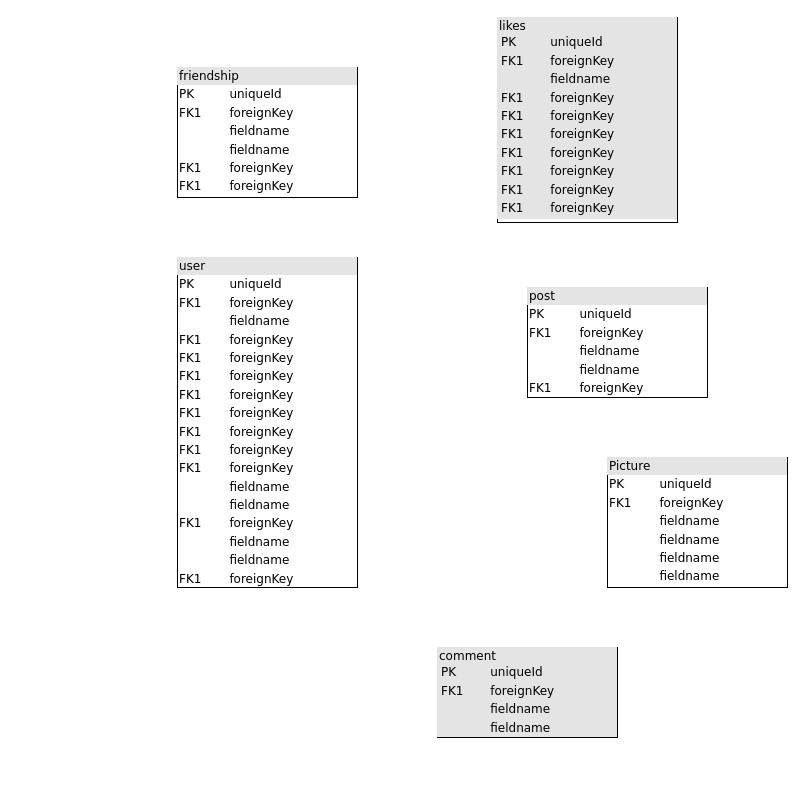
Earlier version of the draw.io diagram database/SOCIAL_MEDIA_ERD.drawio (marlonbaileyjr/Social-Media). Source tidied: cells renumbered, new cells numbered last; positions are measured from the earlier drawing's top-left corner, leaving out a move shared by most shapes. Both pictures are drawn from the tidied source at 100%, with x=0, y=0 at pixel (177, 17).
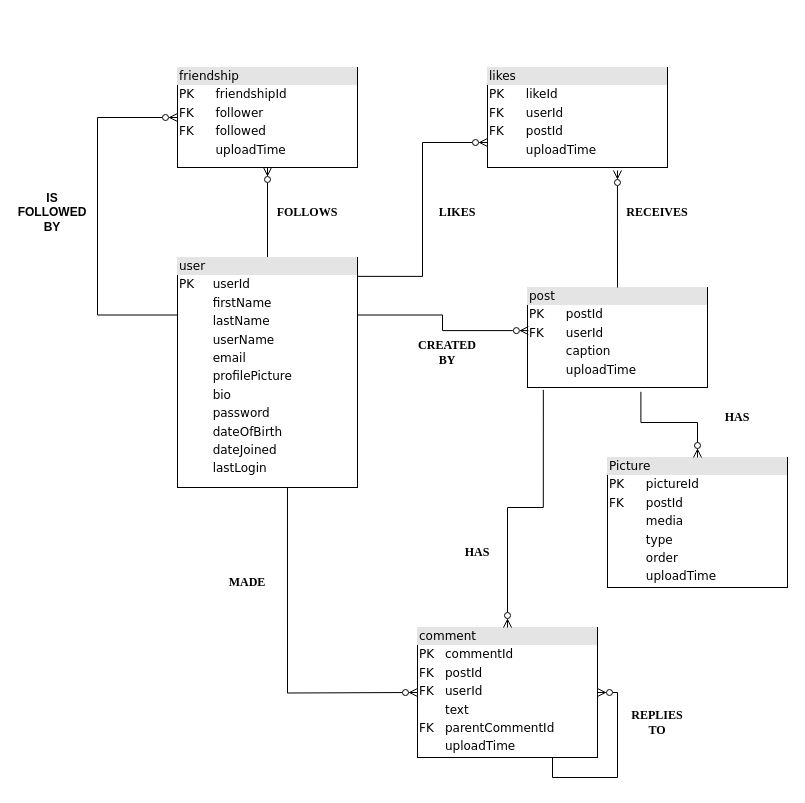
The same diagram, later.

Commit message (it also covers changes not shown here):
ERD DIAGRAM

ERD DIAGRAM FINALIZED AWAITING TEAM REVIEWS.

What changed in the source:
```diff
@@
-    <mxCell id="2" value="&lt;div style=&quot;box-sizing: border-box ; width: 100% ; background: #e4e4e4 ; padding: 2px&quot;&gt;friendship&lt;/div&gt;&lt;table style=&quot;width: 100% ; font-size: 1em&quot; cellpadding=&quot;2&quot; cellspacing=&quot;0&quot;&gt;&lt;tbody&gt;&lt;tr&gt;&lt;td&gt;PK&lt;/td&gt;&lt;td&gt;uniqueId&lt;/td&gt;&lt;/tr&gt;&lt;tr&gt;&lt;td&gt;FK1&lt;/td&gt;&lt;td&gt;foreignKey&lt;/td&gt;&lt;/tr&gt;&lt;tr&gt;&lt;td&gt;&lt;/td&gt;&lt;td&gt;fieldname&lt;/td&gt;&lt;/tr&gt;&lt;tr&gt;&lt;td&gt;&lt;br&gt;&lt;/td&gt;&lt;td&gt;fieldname&lt;br&gt;&lt;/td&gt;&lt;/tr&gt;&lt;tr&gt;&lt;td&gt;FK1&lt;br&gt;&lt;/td&gt;&lt;td&gt;foreignKey&lt;br&gt;&lt;/td&gt;&lt;/tr&gt;&lt;tr&gt;&lt;td&gt;FK1&lt;br&gt;&lt;/td&gt;&lt;td&gt;foreignKey&lt;br&gt;&lt;/td&gt;&lt;/tr&gt;&lt;/tbody&gt;&lt;/table&gt;" style="verticalAlign=top;align=left;overflow=fill;html=1;rounded=0;shadow=0;comic=0;labelBackgroundColor=none;strokeWidth=1;fontFamily=Verdana;fontSize=12;" parent="1" vertex="1">
-      <mxGeometry y="50" width="180" height="130" as="geometry" />
+    <mxCell id="2" value="&lt;div style=&quot;box-sizing: border-box ; width: 100% ; background: #e4e4e4 ; padding: 2px&quot;&gt;friendship&lt;/div&gt;&lt;table style=&quot;width: 100% ; font-size: 1em&quot; cellpadding=&quot;2&quot; cellspacing=&quot;0&quot;&gt;&lt;tbody&gt;&lt;tr&gt;&lt;td&gt;PK&lt;/td&gt;&lt;td&gt;friendshipId&lt;/td&gt;&lt;/tr&gt;&lt;tr&gt;&lt;td&gt;FK&lt;/td&gt;&lt;td&gt;follower&lt;/td&gt;&lt;/tr&gt;&lt;tr&gt;&lt;td&gt;FK&lt;/td&gt;&lt;td&gt;followed&lt;/td&gt;&lt;/tr&gt;&lt;tr&gt;&lt;td&gt;&lt;br&gt;&lt;/td&gt;&lt;td&gt;uploadTime&lt;br&gt;&lt;/td&gt;&lt;/tr&gt;&lt;tr&gt;&lt;td&gt;&lt;br&gt;&lt;/td&gt;&lt;td&gt;&lt;br&gt;&lt;/td&gt;&lt;/tr&gt;&lt;tr&gt;&lt;td&gt;&lt;/td&gt;&lt;td&gt;&lt;br&gt;&lt;/td&gt;&lt;/tr&gt;&lt;/tbody&gt;&lt;/table&gt;" style="verticalAlign=top;align=left;overflow=fill;html=1;rounded=0;shadow=0;comic=0;labelBackgroundColor=none;strokeWidth=1;fontFamily=Verdana;fontSize=12;" parent="1" vertex="1">
+      <mxGeometry y="50" width="180" height="100" as="geometry" />
     </mxCell>
-    <mxCell id="3" value="&lt;div style=&quot;box-sizing: border-box ; width: 100% ; background: #e4e4e4 ; padding: 2px&quot;&gt;comment&lt;table style=&quot;background-color: initial; font-size: 1em; width: 100%;&quot; cellpadding=&quot;2&quot; cellspacing=&quot;0&quot;&gt;&lt;tbody&gt;&lt;tr&gt;&lt;td&gt;PK&lt;/td&gt;&lt;td&gt;uniqueId&lt;/td&gt;&lt;/tr&gt;&lt;tr&gt;&lt;td&gt;FK1&lt;/td&gt;&lt;td&gt;foreignKey&lt;/td&gt;&lt;/tr&gt;&lt;tr&gt;&lt;td&gt;&lt;/td&gt;&lt;td&gt;fieldname&lt;/td&gt;&lt;/tr&gt;&lt;tr&gt;&lt;td&gt;&lt;br&gt;&lt;/td&gt;&lt;td&gt;fieldname&lt;br&gt;&lt;/td&gt;&lt;/tr&gt;&lt;/tbody&gt;&lt;/table&gt;&lt;/div&gt;" style="verticalAlign=top;align=left;overflow=fill;html=1;rounded=0;shadow=0;comic=0;labelBackgroundColor=none;strokeWidth=1;fontFamily=Verdana;fontSize=12;" parent="1" vertex="1">
-      <mxGeometry x="260" y="630" width="180" height="90" as="geometry" />
-    </mxCell>
-    <mxCell id="4" value="&lt;div style=&quot;box-sizing: border-box ; width: 100% ; background: #e4e4e4 ; padding: 2px&quot;&gt;likes&lt;table style=&quot;background-color: initial; font-size: 1em; width: 100%;&quot; cellpadding=&quot;2&quot; cellspacing=&quot;0&quot;&gt;&lt;tbody&gt;&lt;tr&gt;&lt;td&gt;PK&lt;/td&gt;&lt;td&gt;uniqueId&lt;/td&gt;&lt;/tr&gt;&lt;tr&gt;&lt;td&gt;FK1&lt;/td&gt;&lt;td&gt;foreignKey&lt;/td&gt;&lt;/tr&gt;&lt;tr&gt;&lt;td&gt;&lt;/td&gt;&lt;td&gt;fieldname&lt;/td&gt;&lt;/tr&gt;&lt;tr&gt;&lt;td&gt;FK1&lt;br&gt;&lt;/td&gt;&lt;td&gt;foreignKey&lt;br&gt;&lt;/td&gt;&lt;/tr&gt;&lt;tr&gt;&lt;td&gt;FK1&lt;br&gt;&lt;/td&gt;&lt;td&gt;foreignKey&lt;br&gt;&lt;/td&gt;&lt;/tr&gt;&lt;tr&gt;&lt;td&gt;FK1&lt;br&gt;&lt;/td&gt;&lt;td&gt;foreignKey&lt;br&gt;&lt;/td&gt;&lt;/tr&gt;&lt;tr&gt;&lt;td&gt;FK1&lt;br&gt;&lt;/td&gt;&lt;td&gt;foreignKey&lt;br&gt;&lt;/td&gt;&lt;/tr&gt;&lt;tr&gt;&lt;td&gt;FK1&lt;br&gt;&lt;/td&gt;&lt;td&gt;foreignKey&lt;br&gt;&lt;/td&gt;&lt;/tr&gt;&lt;tr&gt;&lt;td&gt;FK1&lt;br&gt;&lt;/td&gt;&lt;td&gt;foreignKey&lt;br&gt;&lt;/td&gt;&lt;/tr&gt;&lt;tr&gt;&lt;td&gt;FK1&lt;br&gt;&lt;/td&gt;&lt;td&gt;foreignKey&lt;br&gt;&lt;/td&gt;&lt;/tr&gt;&lt;/tbody&gt;&lt;/table&gt;&lt;/div&gt;" style="verticalAlign=top;align=left;overflow=fill;html=1;rounded=0;shadow=0;comic=0;labelBackgroundColor=none;strokeWidth=1;fontFamily=Verdana;fontSize=12;" parent="1" vertex="1">
-      <mxGeometry x="320" width="180" height="205" as="geometry" />
-    </mxCell>
-    <mxCell id="5" value="&lt;div style=&quot;box-sizing: border-box ; width: 100% ; background: #e4e4e4 ; padding: 2px&quot;&gt;post&lt;/div&gt;&lt;table style=&quot;width: 100% ; font-size: 1em&quot; cellpadding=&quot;2&quot; cellspacing=&quot;0&quot;&gt;&lt;tbody&gt;&lt;tr&gt;&lt;td&gt;PK&lt;/td&gt;&lt;td&gt;uniqueId&lt;/td&gt;&lt;/tr&gt;&lt;tr&gt;&lt;td&gt;FK1&lt;/td&gt;&lt;td&gt;foreignKey&lt;/td&gt;&lt;/tr&gt;&lt;tr&gt;&lt;td&gt;&lt;/td&gt;&lt;td&gt;fieldname&lt;/td&gt;&lt;/tr&gt;&lt;tr&gt;&lt;td&gt;&lt;br&gt;&lt;/td&gt;&lt;td&gt;fieldname&lt;br&gt;&lt;/td&gt;&lt;/tr&gt;&lt;tr&gt;&lt;td&gt;FK1&lt;br&gt;&lt;/td&gt;&lt;td&gt;foreignKey&lt;br&gt;&lt;/td&gt;&lt;/tr&gt;&lt;/tbody&gt;&lt;/table&gt;" style="verticalAlign=top;align=left;overflow=fill;html=1;rounded=0;shadow=0;comic=0;labelBackgroundColor=none;strokeWidth=1;fontFamily=Verdana;fontSize=12;" parent="1" vertex="1">
-      <mxGeometry x="350" y="270" width="180" height="110" as="geometry" />
+    <mxCell id="5" value="&lt;div style=&quot;box-sizing: border-box ; width: 100% ; background: #e4e4e4 ; padding: 2px&quot;&gt;post&lt;/div&gt;&lt;table style=&quot;width: 100% ; font-size: 1em&quot; cellpadding=&quot;2&quot; cellspacing=&quot;0&quot;&gt;&lt;tbody&gt;&lt;tr&gt;&lt;td&gt;PK&lt;/td&gt;&lt;td&gt;postId&lt;/td&gt;&lt;/tr&gt;&lt;tr&gt;&lt;td&gt;FK&lt;/td&gt;&lt;td&gt;userId&lt;/td&gt;&lt;/tr&gt;&lt;tr&gt;&lt;td&gt;&lt;/td&gt;&lt;td&gt;caption&lt;/td&gt;&lt;/tr&gt;&lt;tr&gt;&lt;td&gt;&lt;br&gt;&lt;/td&gt;&lt;td&gt;uploadTime&lt;br&gt;&lt;/td&gt;&lt;/tr&gt;&lt;tr&gt;&lt;td&gt;&lt;/td&gt;&lt;td&gt;&lt;br&gt;&lt;/td&gt;&lt;/tr&gt;&lt;/tbody&gt;&lt;/table&gt;" style="verticalAlign=top;align=left;overflow=fill;html=1;rounded=0;shadow=0;comic=0;labelBackgroundColor=none;strokeWidth=1;fontFamily=Verdana;fontSize=12;" parent="1" vertex="1">
+      <mxGeometry x="350" y="270" width="180" height="100" as="geometry" />
     </mxCell>
+    <mxCell id="8" style="edgeStyle=orthogonalEdgeStyle;rounded=0;jettySize=auto;html=1;exitX=0.5;exitY=0;exitDx=0;exitDy=0;entryX=0.5;entryY=1;entryDx=0;entryDy=0;strokeColor=default;endArrow=ERzeroToMany;endFill=0;startArrow=none;startFill=0;" parent="1" edge="1" source="6" target="2">
+      <mxGeometry relative="1" as="geometry" />
+    </mxCell>
+    <mxCell id="9" style="edgeStyle=orthogonalEdgeStyle;rounded=0;jettySize=auto;html=1;exitX=0;exitY=0.25;exitDx=0;exitDy=0;entryX=0;entryY=0.5;entryDx=0;entryDy=0;endArrow=ERzeroToMany;endFill=0;" parent="1" edge="1" source="6" target="2">
+      <mxGeometry relative="1" as="geometry">
+        <Array as="points">
+          <mxPoint x="-80" y="298" />
+          <mxPoint x="-80" y="100" />
+        </Array>
+      </mxGeometry>
+    </mxCell>
-    <mxCell id="6" value="&lt;div style=&quot;box-sizing: border-box ; width: 100% ; background: #e4e4e4 ; padding: 2px&quot;&gt;user&lt;/div&gt;&lt;table style=&quot;width: 100% ; font-size: 1em&quot; cellpadding=&quot;2&quot; cellspacing=&quot;0&quot;&gt;&lt;tbody&gt;&lt;tr&gt;&lt;td&gt;PK&lt;/td&gt;&lt;td&gt;uniqueId&lt;/td&gt;&lt;/tr&gt;&lt;tr&gt;&lt;td&gt;FK1&lt;/td&gt;&lt;td&gt;foreignKey&lt;/td&gt;&lt;/tr&gt;&lt;tr&gt;&lt;td&gt;&lt;/td&gt;&lt;td&gt;fieldname&lt;/td&gt;&lt;/tr&gt;&lt;tr&gt;&lt;td&gt;FK1&lt;br&gt;&lt;/td&gt;&lt;td&gt;foreignKey&lt;br&gt;&lt;/td&gt;&lt;/tr&gt;&lt;tr&gt;&lt;td&gt;FK1&lt;br&gt;&lt;/td&gt;&lt;td&gt;foreignKey&lt;br&gt;&lt;/td&gt;&lt;/tr&gt;&lt;tr&gt;&lt;td&gt;FK1&lt;br&gt;&lt;/td&gt;&lt;td&gt;foreignKey&lt;br&gt;&lt;/td&gt;&lt;/tr&gt;&lt;tr&gt;&lt;td&gt;FK1&lt;br&gt;&lt;/td&gt;&lt;td&gt;foreignKey&lt;br&gt;&lt;/td&gt;&lt;/tr&gt;&lt;tr&gt;&lt;td&gt;FK1&lt;br&gt;&lt;/td&gt;&lt;td&gt;foreignKey&lt;br&gt;&lt;/td&gt;&lt;/tr&gt;&lt;tr&gt;&lt;td&gt;FK1&lt;br&gt;&lt;/td&gt;&lt;td&gt;foreignKey&lt;br&gt;&lt;/td&gt;&lt;/tr&gt;&lt;tr&gt;&lt;td&gt;FK1&lt;br&gt;&lt;/td&gt;&lt;td&gt;foreignKey&lt;br&gt;&lt;/td&gt;&lt;/tr&gt;&lt;tr&gt;&lt;td&gt;FK1&lt;br&gt;&lt;/td&gt;&lt;td&gt;foreignKey&lt;br&gt;&lt;/td&gt;&lt;/tr&gt;&lt;tr&gt;&lt;td&gt;&lt;br&gt;&lt;/td&gt;&lt;td&gt;fieldname&lt;br&gt;&lt;/td&gt;&lt;/tr&gt;&lt;tr&gt;&lt;td&gt;&lt;br&gt;&lt;/td&gt;&lt;td&gt;fieldname&lt;br&gt;&lt;/td&gt;&lt;/tr&gt;&lt;tr&gt;&lt;td&gt;FK1&lt;br&gt;&lt;/td&gt;&lt;td&gt;foreignKey&lt;br&gt;&lt;/td&gt;&lt;/tr&gt;&lt;tr&gt;&lt;td&gt;&lt;br&gt;&lt;/td&gt;&lt;td&gt;fieldname&lt;br&gt;&lt;/td&gt;&lt;/tr&gt;&lt;tr&gt;&lt;td&gt;&lt;br&gt;&lt;/td&gt;&lt;td&gt;fieldname&lt;br&gt;&lt;/td&gt;&lt;/tr&gt;&lt;tr&gt;&lt;td&gt;FK1&lt;br&gt;&lt;/td&gt;&lt;td&gt;foreignKey&lt;br&gt;&lt;/td&gt;&lt;/tr&gt;&lt;/tbody&gt;&lt;/table&gt;" style="verticalAlign=top;align=left;overflow=fill;html=1;rounded=0;shadow=0;comic=0;labelBackgroundColor=none;strokeWidth=1;fontFamily=Verdana;fontSize=12;" parent="1" vertex="1">
-      <mxGeometry y="240" width="180" height="330" as="geometry" />
+    <mxCell id="6" value="&lt;div style=&quot;box-sizing: border-box ; width: 100% ; background: #e4e4e4 ; padding: 2px&quot;&gt;user&lt;/div&gt;&lt;table style=&quot;width: 100% ; font-size: 1em&quot; cellpadding=&quot;2&quot; cellspacing=&quot;0&quot;&gt;&lt;tbody&gt;&lt;tr&gt;&lt;td&gt;PK&lt;/td&gt;&lt;td&gt;userId&lt;/td&gt;&lt;/tr&gt;&lt;tr&gt;&lt;td&gt;&lt;br&gt;&lt;/td&gt;&lt;td&gt;firstName&lt;/td&gt;&lt;/tr&gt;&lt;tr&gt;&lt;td&gt;&lt;/td&gt;&lt;td&gt;lastName&lt;/td&gt;&lt;/tr&gt;&lt;tr&gt;&lt;td&gt;&lt;br&gt;&lt;/td&gt;&lt;td&gt;userName&lt;/td&gt;&lt;/tr&gt;&lt;tr&gt;&lt;td&gt;&lt;br&gt;&lt;/td&gt;&lt;td&gt;email&lt;br&gt;&lt;/td&gt;&lt;/tr&gt;&lt;tr&gt;&lt;td&gt;&lt;br&gt;&lt;/td&gt;&lt;td&gt;profilePicture&lt;br&gt;&lt;/td&gt;&lt;/tr&gt;&lt;tr&gt;&lt;td&gt;&lt;br&gt;&lt;/td&gt;&lt;td&gt;bio&lt;br&gt;&lt;/td&gt;&lt;/tr&gt;&lt;tr&gt;&lt;td&gt;&lt;br&gt;&lt;/td&gt;&lt;td&gt;password&lt;br&gt;&lt;/td&gt;&lt;/tr&gt;&lt;tr&gt;&lt;td&gt;&lt;br&gt;&lt;/td&gt;&lt;td&gt;dateOfBirth&lt;br&gt;&lt;/td&gt;&lt;/tr&gt;&lt;tr&gt;&lt;td&gt;&lt;br&gt;&lt;/td&gt;&lt;td&gt;dateJoined&lt;br&gt;&lt;/td&gt;&lt;/tr&gt;&lt;tr&gt;&lt;td&gt;&lt;br&gt;&lt;/td&gt;&lt;td&gt;lastLogin&lt;br&gt;&lt;/td&gt;&lt;/tr&gt;&lt;tr&gt;&lt;td&gt;&lt;/td&gt;&lt;td&gt;&lt;br&gt;&lt;/td&gt;&lt;/tr&gt;&lt;/tbody&gt;&lt;/table&gt;" style="verticalAlign=top;align=left;overflow=fill;html=1;rounded=0;shadow=0;comic=0;labelBackgroundColor=none;strokeWidth=1;fontFamily=Verdana;fontSize=12;" parent="1" vertex="1">
+      <mxGeometry y="240" width="180" height="230" as="geometry" />
     </mxCell>
-    <mxCell id="7" value="&lt;div style=&quot;box-sizing: border-box ; width: 100% ; background: #e4e4e4 ; padding: 2px&quot;&gt;Picture&lt;/div&gt;&lt;table style=&quot;width: 100% ; font-size: 1em&quot; cellpadding=&quot;2&quot; cellspacing=&quot;0&quot;&gt;&lt;tbody&gt;&lt;tr&gt;&lt;td&gt;PK&lt;/td&gt;&lt;td&gt;uniqueId&lt;/td&gt;&lt;/tr&gt;&lt;tr&gt;&lt;td&gt;FK1&lt;/td&gt;&lt;td&gt;foreignKey&lt;/td&gt;&lt;/tr&gt;&lt;tr&gt;&lt;td&gt;&lt;/td&gt;&lt;td&gt;fieldname&lt;/td&gt;&lt;/tr&gt;&lt;tr&gt;&lt;td&gt;&lt;br&gt;&lt;/td&gt;&lt;td&gt;fieldname&lt;br&gt;&lt;/td&gt;&lt;/tr&gt;&lt;tr&gt;&lt;td&gt;&lt;br&gt;&lt;/td&gt;&lt;td&gt;fieldname&lt;br&gt;&lt;/td&gt;&lt;/tr&gt;&lt;tr&gt;&lt;td&gt;&lt;br&gt;&lt;/td&gt;&lt;td&gt;fieldname&lt;br&gt;&lt;/td&gt;&lt;/tr&gt;&lt;/tbody&gt;&lt;/table&gt;" style="verticalAlign=top;align=left;overflow=fill;html=1;rounded=0;shadow=0;comic=0;labelBackgroundColor=none;strokeWidth=1;fontFamily=Verdana;fontSize=12;" parent="1" vertex="1">
+    <mxCell id="7" value="&lt;div style=&quot;box-sizing: border-box ; width: 100% ; background: #e4e4e4 ; padding: 2px&quot;&gt;Picture&lt;/div&gt;&lt;table style=&quot;width: 100% ; font-size: 1em&quot; cellpadding=&quot;2&quot; cellspacing=&quot;0&quot;&gt;&lt;tbody&gt;&lt;tr&gt;&lt;td&gt;PK&lt;/td&gt;&lt;td&gt;pictureId&lt;/td&gt;&lt;/tr&gt;&lt;tr&gt;&lt;td&gt;FK&lt;/td&gt;&lt;td&gt;postId&lt;/td&gt;&lt;/tr&gt;&lt;tr&gt;&lt;td&gt;&lt;/td&gt;&lt;td&gt;media&lt;/td&gt;&lt;/tr&gt;&lt;tr&gt;&lt;td&gt;&lt;br&gt;&lt;/td&gt;&lt;td&gt;type&lt;br&gt;&lt;/td&gt;&lt;/tr&gt;&lt;tr&gt;&lt;td&gt;&lt;br&gt;&lt;/td&gt;&lt;td&gt;order&lt;br&gt;&lt;/td&gt;&lt;/tr&gt;&lt;tr&gt;&lt;td&gt;&lt;br&gt;&lt;/td&gt;&lt;td&gt;uploadTime&lt;br&gt;&lt;/td&gt;&lt;/tr&gt;&lt;/tbody&gt;&lt;/table&gt;" style="verticalAlign=top;align=left;overflow=fill;html=1;rounded=0;shadow=0;comic=0;labelBackgroundColor=none;strokeWidth=1;fontFamily=Verdana;fontSize=12;" parent="1" vertex="1">
       <mxGeometry x="430" y="440" width="180" height="130" as="geometry" />
     </mxCell>
+    <mxCell id="10" value="&lt;div style=&quot;box-sizing: border-box ; width: 100% ; background: #e4e4e4 ; padding: 2px&quot;&gt;likes&lt;/div&gt;&lt;table style=&quot;width: 100% ; font-size: 1em&quot; cellpadding=&quot;2&quot; cellspacing=&quot;0&quot;&gt;&lt;tbody&gt;&lt;tr&gt;&lt;td&gt;PK&lt;/td&gt;&lt;td&gt;likeId&lt;/td&gt;&lt;/tr&gt;&lt;tr&gt;&lt;td&gt;FK&lt;/td&gt;&lt;td&gt;userId&lt;/td&gt;&lt;/tr&gt;&lt;tr&gt;&lt;td&gt;FK&lt;/td&gt;&lt;td&gt;postId&lt;/td&gt;&lt;/tr&gt;&lt;tr&gt;&lt;td&gt;&lt;br&gt;&lt;/td&gt;&lt;td&gt;uploadTime&lt;br&gt;&lt;/td&gt;&lt;/tr&gt;&lt;tr&gt;&lt;td&gt;&lt;br&gt;&lt;/td&gt;&lt;td&gt;&lt;br&gt;&lt;/td&gt;&lt;/tr&gt;&lt;tr&gt;&lt;td&gt;&lt;/td&gt;&lt;td&gt;&lt;br&gt;&lt;/td&gt;&lt;/tr&gt;&lt;/tbody&gt;&lt;/table&gt;" style="verticalAlign=top;align=left;overflow=fill;html=1;rounded=0;shadow=0;comic=0;labelBackgroundColor=none;strokeWidth=1;fontFamily=Verdana;fontSize=12;" parent="1" vertex="1">
+      <mxGeometry x="310" y="50" width="180" height="100" as="geometry" />
+    </mxCell>
+    <mxCell id="11" value="&lt;div style=&quot;box-sizing: border-box ; width: 100% ; background: #e4e4e4 ; padding: 2px&quot;&gt;comment&lt;/div&gt;&lt;table style=&quot;width: 100% ; font-size: 1em&quot; cellpadding=&quot;2&quot; cellspacing=&quot;0&quot;&gt;&lt;tbody&gt;&lt;tr&gt;&lt;td&gt;PK&lt;/td&gt;&lt;td&gt;commentId&lt;/td&gt;&lt;/tr&gt;&lt;tr&gt;&lt;td&gt;FK&lt;/td&gt;&lt;td&gt;postId&lt;/td&gt;&lt;/tr&gt;&lt;tr&gt;&lt;td&gt;FK&lt;/td&gt;&lt;td&gt;userId&lt;/td&gt;&lt;/tr&gt;&lt;tr&gt;&lt;td&gt;&lt;br&gt;&lt;/td&gt;&lt;td&gt;text&lt;/td&gt;&lt;/tr&gt;&lt;tr&gt;&lt;td&gt;FK&lt;/td&gt;&lt;td&gt;parentCommentId&lt;/td&gt;&lt;/tr&gt;&lt;tr&gt;&lt;td&gt;&lt;br&gt;&lt;/td&gt;&lt;td&gt;uploadTime&lt;/td&gt;&lt;/tr&gt;&lt;/tbody&gt;&lt;/table&gt;" style="verticalAlign=top;align=left;overflow=fill;html=1;rounded=0;shadow=0;comic=0;labelBackgroundColor=none;strokeWidth=1;fontFamily=Verdana;fontSize=12;" parent="1" vertex="1">
+      <mxGeometry x="240" y="610" width="180" height="130" as="geometry" />
+    </mxCell>
+    <mxCell id="12" style="edgeStyle=orthogonalEdgeStyle;rounded=0;jettySize=auto;html=1;exitX=1;exitY=0.25;exitDx=0;exitDy=0;entryX=0.005;entryY=0.431;entryDx=0;entryDy=0;entryPerimeter=0;endArrow=ERzeroToMany;endFill=0;" parent="1" edge="1" source="6" target="5">
+      <mxGeometry relative="1" as="geometry" />
+    </mxCell>
+    <mxCell id="13" style="edgeStyle=orthogonalEdgeStyle;rounded=0;jettySize=auto;html=1;exitX=0.5;exitY=0;exitDx=0;exitDy=0;entryX=0.722;entryY=1.03;entryDx=0;entryDy=0;entryPerimeter=0;endArrow=ERzeroToMany;endFill=0;" parent="1" edge="1" source="5" target="10">
+      <mxGeometry relative="1" as="geometry" />
+    </mxCell>
+    <mxCell id="14" style="edgeStyle=orthogonalEdgeStyle;rounded=0;jettySize=auto;html=1;exitX=0;exitY=0.75;exitDx=0;exitDy=0;entryX=1;entryY=0.082;entryDx=0;entryDy=0;entryPerimeter=0;startArrow=ERzeroToMany;startFill=0;endArrow=none;endFill=0;" parent="1" edge="1" source="10" target="6">
+      <mxGeometry relative="1" as="geometry" />
+    </mxCell>
+    <mxCell id="15" style="edgeStyle=orthogonalEdgeStyle;rounded=0;jettySize=auto;html=1;entryX=0.63;entryY=1.043;entryDx=0;entryDy=0;entryPerimeter=0;endArrow=none;endFill=0;startArrow=ERzeroToMany;startFill=0;" parent="1" edge="1" source="7" target="5">
+      <mxGeometry relative="1" as="geometry" />
+    </mxCell>
+    <mxCell id="16" style="edgeStyle=orthogonalEdgeStyle;rounded=0;jettySize=auto;html=1;exitX=0.5;exitY=0;exitDx=0;exitDy=0;entryX=0.088;entryY=1.024;entryDx=0;entryDy=0;entryPerimeter=0;endArrow=none;endFill=0;startArrow=ERzeroToMany;startFill=0;" parent="1" edge="1" source="11" target="5">
+      <mxGeometry relative="1" as="geometry" />
+    </mxCell>
+    <mxCell id="17" style="edgeStyle=orthogonalEdgeStyle;rounded=0;jettySize=auto;html=1;entryX=0.611;entryY=1;entryDx=0;entryDy=0;entryPerimeter=0;endArrow=none;endFill=0;startArrow=ERzeroToMany;startFill=0;" parent="1" edge="1" target="6">
+      <mxGeometry relative="1" as="geometry">
+        <mxPoint x="240" y="675" as="sourcePoint" />
+      </mxGeometry>
+    </mxCell>
+    <mxCell id="18" style="edgeStyle=orthogonalEdgeStyle;rounded=0;orthogonalLoop=1;jettySize=auto;html=1;exitX=0.75;exitY=1;exitDx=0;exitDy=0;entryX=1;entryY=0.5;entryDx=0;entryDy=0;endArrow=ERzeroToMany;endFill=0;" parent="1" edge="1" source="11" target="11">
+      <mxGeometry relative="1" as="geometry" />
+    </mxCell>
+    <mxCell id="19" value="&lt;b&gt;&lt;font face=&quot;Times New Roman&quot;&gt;MADE&lt;/font&gt;&lt;/b&gt;" style="text;strokeColor=none;align=center;fillColor=none;html=1;verticalAlign=middle;whiteSpace=wrap;rounded=0;" parent="1" vertex="1">
+      <mxGeometry x="40" y="550" width="60" height="30" as="geometry" />
+    </mxCell>
+    <mxCell id="20" value="&lt;b&gt;&lt;font face=&quot;Times New Roman&quot;&gt;REPLIES TO&lt;/font&gt;&lt;/b&gt;" style="text;strokeColor=none;align=center;fillColor=none;html=1;verticalAlign=middle;whiteSpace=wrap;rounded=0;" parent="1" vertex="1">
+      <mxGeometry x="450" y="690" width="60" height="30" as="geometry" />
+    </mxCell>
+    <mxCell id="21" value="&lt;b&gt;&lt;font face=&quot;Times New Roman&quot;&gt;HAS&lt;/font&gt;&lt;/b&gt;" style="text;strokeColor=none;align=center;fillColor=none;html=1;verticalAlign=middle;whiteSpace=wrap;rounded=0;" parent="1" vertex="1">
+      <mxGeometry x="270" y="520" width="60" height="30" as="geometry" />
+    </mxCell>
+    <mxCell id="22" value="&lt;b&gt;&lt;font face=&quot;Times New Roman&quot;&gt;HAS&lt;/font&gt;&lt;/b&gt;" style="text;strokeColor=none;align=center;fillColor=none;html=1;verticalAlign=middle;whiteSpace=wrap;rounded=0;" parent="1" vertex="1">
+      <mxGeometry x="530" y="385" width="60" height="30" as="geometry" />
+    </mxCell>
+    <mxCell id="23" value="&lt;b&gt;&lt;font face=&quot;Times New Roman&quot;&gt;RECEIVES&lt;/font&gt;&lt;/b&gt;" style="text;strokeColor=none;align=center;fillColor=none;html=1;verticalAlign=middle;whiteSpace=wrap;rounded=0;" parent="1" vertex="1">
+      <mxGeometry x="450" y="180" width="60" height="30" as="geometry" />
+    </mxCell>
+    <mxCell id="24" value="&lt;b&gt;&lt;font face=&quot;Times New Roman&quot;&gt;CREATED BY&lt;/font&gt;&lt;/b&gt;" style="text;strokeColor=none;align=center;fillColor=none;html=1;verticalAlign=middle;whiteSpace=wrap;rounded=0;" parent="1" vertex="1">
+      <mxGeometry x="240" y="320" width="60" height="30" as="geometry" />
+    </mxCell>
+    <mxCell id="25" value="&lt;b&gt;&lt;font face=&quot;Times New Roman&quot;&gt;LIKES&lt;/font&gt;&lt;/b&gt;" style="text;strokeColor=none;align=center;fillColor=none;html=1;verticalAlign=middle;whiteSpace=wrap;rounded=0;" parent="1" vertex="1">
+      <mxGeometry x="250" y="180" width="60" height="30" as="geometry" />
+    </mxCell>
+    <mxCell id="26" value="&lt;b&gt;&lt;font face=&quot;Times New Roman&quot;&gt;FOLLOWS&lt;/font&gt;&lt;/b&gt;" style="text;strokeColor=none;align=center;fillColor=none;html=1;verticalAlign=middle;whiteSpace=wrap;rounded=0;" parent="1" vertex="1">
+      <mxGeometry x="100" y="180" width="60" height="30" as="geometry" />
+    </mxCell>
+    <mxCell id="27" value="&lt;b&gt;IS FOLLOWED BY&lt;/b&gt;" style="text;strokeColor=none;align=center;fillColor=none;html=1;verticalAlign=middle;whiteSpace=wrap;rounded=0;" parent="1" vertex="1">
+      <mxGeometry x="-160" y="175" width="70" height="40" as="geometry" />
+    </mxCell>
```
